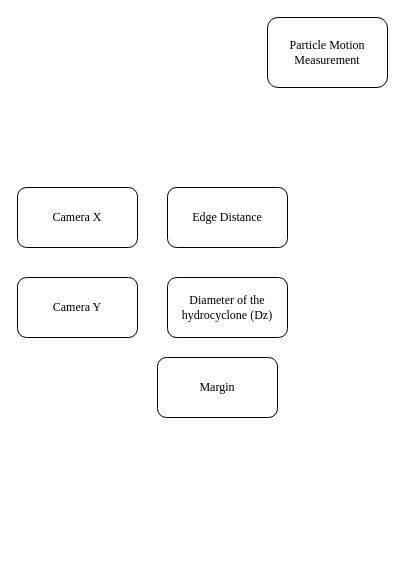
Earlier version of the draw.io diagram cvat数据来源/未命名绘图.drawio (14790897/550-preprocess). Source tidied: cells renumbered, new cells numbered last; positions are measured from the earlier drawing's top-left corner, leaving out a move shared by most shapes. Both pictures are drawn from the tidied source at 100%, with x=0, y=0 at pixel (17, 17).
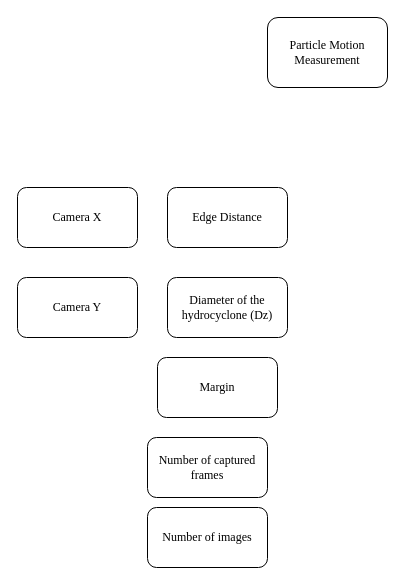
After the change.

Commit message (it also covers changes not shown here):
更新未命名绘图.drawio

What changed in the source:
```diff
@@
 <mxGraphModel>
   <root>
     <mxCell id="0" />
     <mxCell id="1" parent="0" />
     <mxCell id="2" value="&lt;div&gt;Particle Motion Measurement&lt;/div&gt;" style="rounded=1;whiteSpace=wrap;html=1;fontSize=12;glass=0;strokeWidth=1;shadow=0;fontFamily=Times New Roman;" parent="1" vertex="1">
       <mxGeometry x="250" width="120" height="70" as="geometry" />
     </mxCell>
     <mxCell id="3" value="&lt;font face=&quot;Times New Roman&quot;&gt;Camera X&lt;/font&gt;" style="rounded=1;whiteSpace=wrap;html=1;shadow=0;glass=0;strokeColor=default;strokeWidth=1;align=center;verticalAlign=middle;fontFamily=Helvetica;fontSize=12;fontColor=default;fillColor=default;" parent="1" vertex="1">
       <mxGeometry y="170" width="120" height="60" as="geometry" />
     </mxCell>
     <mxCell id="4" value="&lt;font face=&quot;Times New Roman&quot;&gt;Camera Y&lt;/font&gt;" style="rounded=1;whiteSpace=wrap;html=1;shadow=0;glass=0;strokeColor=default;strokeWidth=1;align=center;verticalAlign=middle;fontFamily=Helvetica;fontSize=12;fontColor=default;fillColor=default;" parent="1" vertex="1">
       <mxGeometry y="260" width="120" height="60" as="geometry" />
     </mxCell>
     <mxCell id="5" value="&lt;font face=&quot;Times New Roman&quot;&gt;Edge Distance&lt;/font&gt;" style="rounded=1;whiteSpace=wrap;html=1;shadow=0;glass=0;strokeColor=default;strokeWidth=1;align=center;verticalAlign=middle;fontFamily=Helvetica;fontSize=12;fontColor=default;fillColor=default;" parent="1" vertex="1">
       <mxGeometry x="150" y="170" width="120" height="60" as="geometry" />
     </mxCell>
     <mxCell id="6" value="&lt;font face=&quot;Times New Roman&quot;&gt;Diameter of the hydrocyclone (Dz)&lt;/font&gt;" style="rounded=1;whiteSpace=wrap;html=1;shadow=0;glass=0;strokeColor=default;strokeWidth=1;align=center;verticalAlign=middle;fontFamily=Helvetica;fontSize=12;fontColor=default;fillColor=default;" parent="1" vertex="1">
       <mxGeometry x="150" y="260" width="120" height="60" as="geometry" />
     </mxCell>
     <mxCell id="7" value="&lt;font face=&quot;Times New Roman&quot;&gt;Margin&lt;/font&gt;" style="rounded=1;whiteSpace=wrap;html=1;shadow=0;glass=0;strokeColor=default;strokeWidth=1;align=center;verticalAlign=middle;fontFamily=Helvetica;fontSize=12;fontColor=default;fillColor=default;" parent="1" vertex="1">
       <mxGeometry x="140" y="340" width="120" height="60" as="geometry" />
     </mxCell>
+    <mxCell id="8" value="&lt;font face=&quot;Times New Roman&quot;&gt;Number of captured frames&lt;/font&gt;" style="rounded=1;whiteSpace=wrap;html=1;shadow=0;glass=0;strokeColor=default;strokeWidth=1;align=center;verticalAlign=middle;fontFamily=Helvetica;fontSize=12;fontColor=default;fillColor=default;" parent="1" vertex="1">
+      <mxGeometry x="130" y="420" width="120" height="60" as="geometry" />
+    </mxCell>
+    <mxCell id="9" value="&lt;font face=&quot;Times New Roman&quot;&gt;Number of images&lt;/font&gt;" style="rounded=1;whiteSpace=wrap;html=1;shadow=0;glass=0;strokeColor=default;strokeWidth=1;align=center;verticalAlign=middle;fontFamily=Helvetica;fontSize=12;fontColor=default;fillColor=default;" parent="1" vertex="1">
+      <mxGeometry x="130" y="490" width="120" height="60" as="geometry" />
+    </mxCell>
   </root>
 </mxGraphModel>
```
